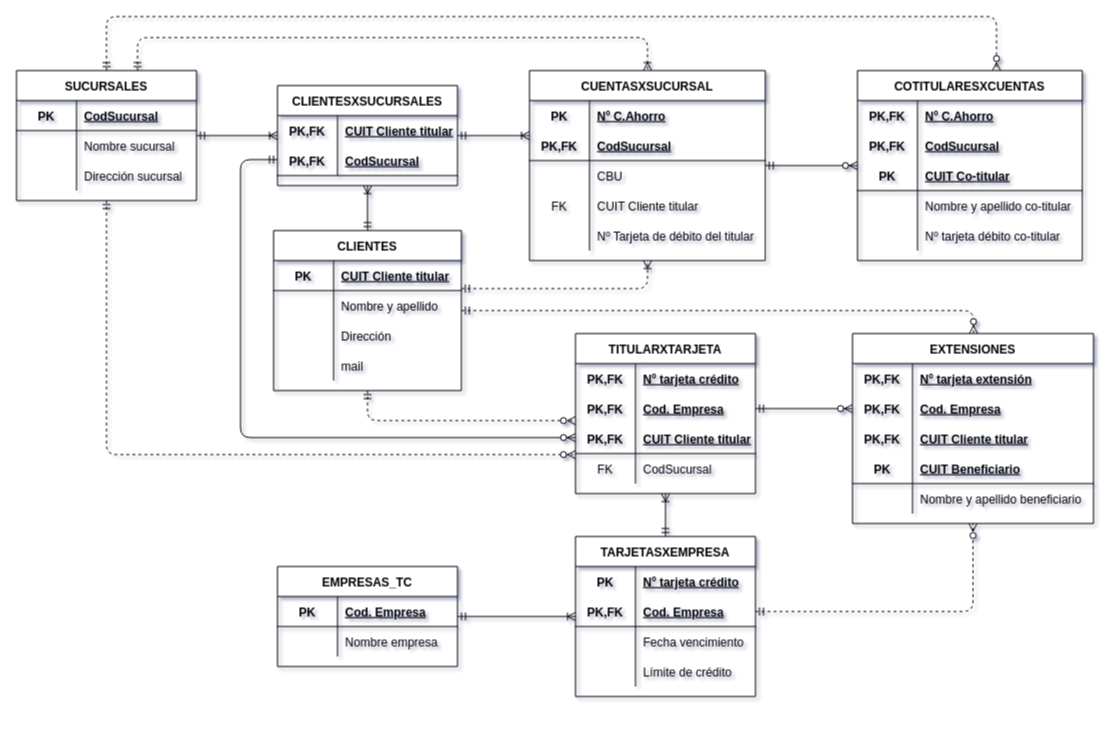
This is Parcial_I_Bancos/DER_Puyelli_V2.drawio from FedericoRocca/DyADDBB_1erCuatrimestre_2021, a draw.io file, before an edit. Source tidied: cells renumbered, new cells numbered last; positions are measured from the earlier drawing's top-left corner, leaving out a move shared by most shapes. Both pictures are drawn from the tidied source at 100%, with x=0, y=0 at pixel (16, 16).
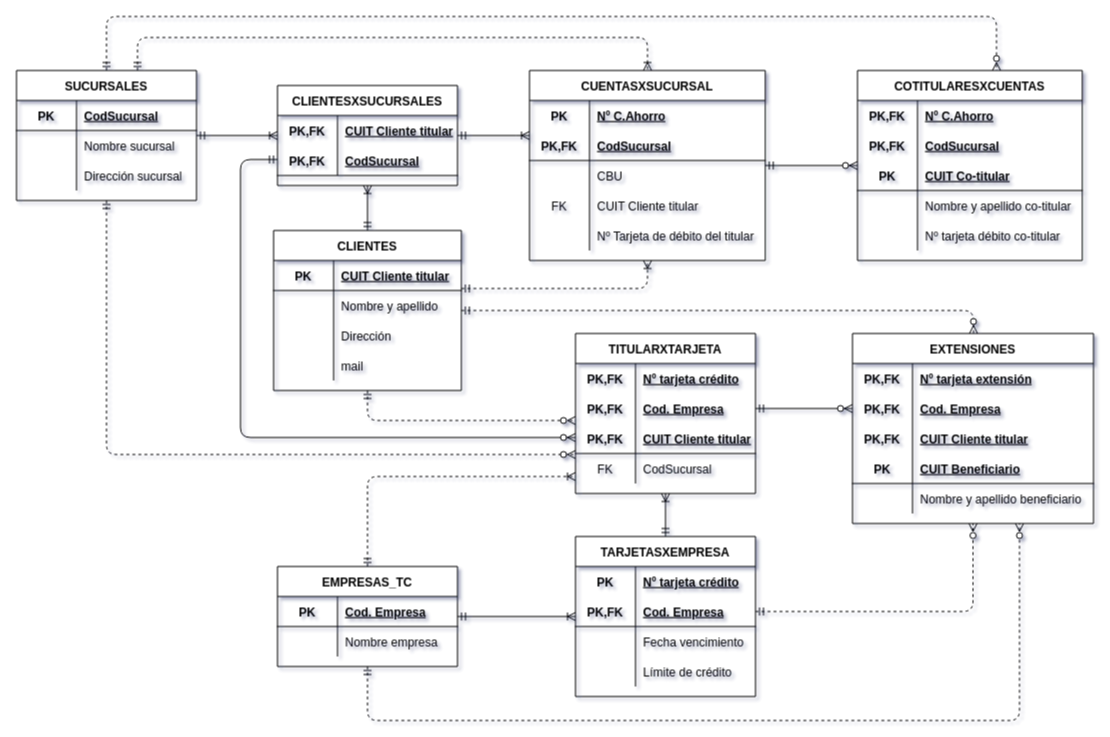
After the change.

Commit message (it also covers changes not shown here):
correccion relaciones ultima version

The change refers to these unchanged cells:
```xml
<mxCell id="76" value="EMPRESAS_TC" style="shape=table;startSize=30;childLayout=tableLayout;rowLines=0;fontStyle=1;align=center;" parent="1" vertex="1">
  <mxGeometry x="261" y="550" width="180" height="100" as="geometry" />
</mxCell>
<mxCell id="98" value="TITULARXTARJETA" style="shape=table;startSize=30;childLayout=tableLayout;rowLines=0;fontStyle=1;align=center;" parent="1" vertex="1">
  <mxGeometry x="559" y="317" width="180" height="160" as="geometry" />
</mxCell>
<mxCell id="111" value="EXTENSIONES" style="shape=table;startSize=30;childLayout=tableLayout;rowLines=0;fontStyle=1;align=center;" parent="1" vertex="1">
  <mxGeometry x="836" y="317" width="241" height="190" as="geometry" />
</mxCell>
```

The edit, as a diff of the source:
```diff
@@
+    <mxCell id="128" style="edgeStyle=orthogonalEdgeStyle;rounded=1;jettySize=auto;html=1;dashed=1;startArrow=ERmandOne;startFill=0;endArrow=ERzeroToMany;endFill=1;" parent="1" edge="1" source="76" target="111">
+      <mxGeometry relative="1" as="geometry">
+        <Array as="points">
+          <mxPoint x="351" y="704" />
+          <mxPoint x="1003" y="704" />
+        </Array>
+      </mxGeometry>
+    </mxCell>
+    <mxCell id="129" style="edgeStyle=orthogonalEdgeStyle;rounded=1;jettySize=auto;html=1;dashed=1;startArrow=ERmandOne;startFill=0;endArrow=ERoneToMany;endFill=0;" parent="1" edge="1" source="76" target="98">
+      <mxGeometry relative="1" as="geometry">
+        <Array as="points">
+          <mxPoint x="351" y="460" />
+        </Array>
+      </mxGeometry>
+    </mxCell>
```
